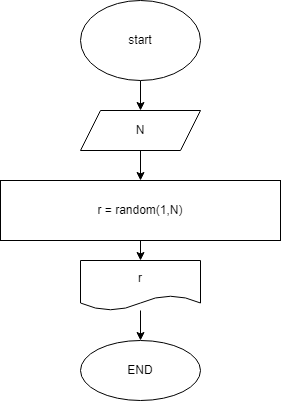
Before: ex002.drawio.png, a diagram exported from draw.io (EvgeniyGagen/practice_temp). Source tidied: cells renumbered, new cells last; positions are measured from the earlier drawing's top-left corner, leaving out a move shared by most shapes.
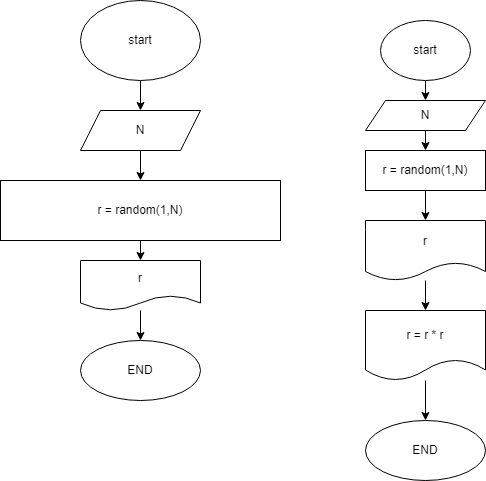
After the commit.

Commit message:
Please enter the commit message for your changes. Lines starting

The edit, as a diff of the source:
```diff
@@ -29,5 +29,38 @@
     <mxCell id="10" value="END" style="ellipse;whiteSpace=wrap;html=1;" parent="1" vertex="1">
       <mxGeometry x="80" y="340" width="120" height="60" as="geometry" />
     </mxCell>
+    <mxCell id="11" style="edgeStyle=none;html=1;" parent="1" edge="1" source="12" target="14">
+      <mxGeometry relative="1" as="geometry" />
+    </mxCell>
+    <mxCell id="12" value="start" style="ellipse;whiteSpace=wrap;html=1;" parent="1" vertex="1">
+      <mxGeometry x="380" y="20" width="90" height="60" as="geometry" />
+    </mxCell>
+    <mxCell id="13" style="edgeStyle=none;html=1;" parent="1" edge="1" source="14" target="16">
+      <mxGeometry relative="1" as="geometry" />
+    </mxCell>
+    <mxCell id="14" value="N" style="shape=parallelogram;perimeter=parallelogramPerimeter;whiteSpace=wrap;html=1;fixedSize=1;" parent="1" vertex="1">
+      <mxGeometry x="365" y="100" width="120" height="30" as="geometry" />
+    </mxCell>
+    <mxCell id="15" style="edgeStyle=none;html=1;" parent="1" edge="1" source="16" target="18">
+      <mxGeometry relative="1" as="geometry" />
+    </mxCell>
+    <mxCell id="16" value="r = random(1,N)" style="whiteSpace=wrap;html=1;" parent="1" vertex="1">
+      <mxGeometry x="365" y="150" width="120" height="40" as="geometry" />
+    </mxCell>
+    <mxCell id="17" style="edgeStyle=none;html=1;" parent="1" edge="1" source="18" target="20">
+      <mxGeometry relative="1" as="geometry" />
+    </mxCell>
+    <mxCell id="18" value="r" style="shape=document;whiteSpace=wrap;html=1;boundedLbl=1;" parent="1" vertex="1">
+      <mxGeometry x="365" y="220" width="120" height="60" as="geometry" />
+    </mxCell>
+    <mxCell id="19" style="edgeStyle=none;html=1;" parent="1" edge="1" source="20" target="21">
+      <mxGeometry relative="1" as="geometry" />
+    </mxCell>
+    <mxCell id="20" value="r = r * r" style="shape=document;whiteSpace=wrap;html=1;boundedLbl=1;" parent="1" vertex="1">
+      <mxGeometry x="365" y="310" width="120" height="70" as="geometry" />
+    </mxCell>
+    <mxCell id="21" value="END" style="ellipse;whiteSpace=wrap;html=1;" parent="1" vertex="1">
+      <mxGeometry x="365" y="420" width="120" height="60" as="geometry" />
+    </mxCell>
   </root>
 </mxGraphModel>
```
